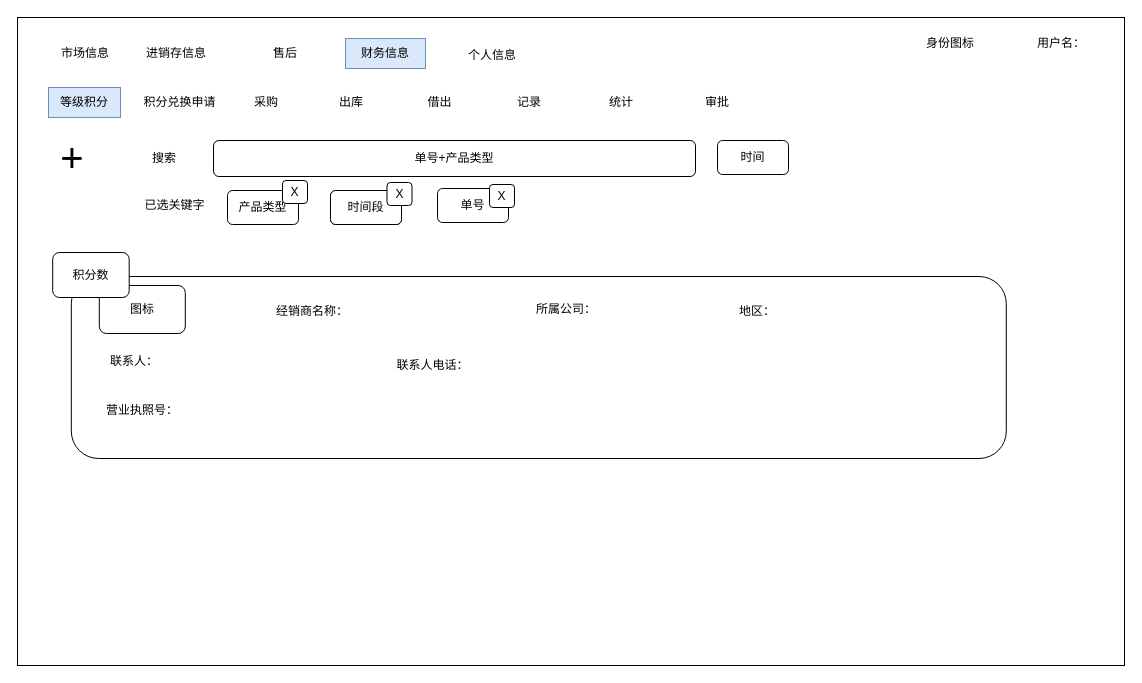
Above: page "等级积分" (1 of 4) of 泰加财务.drawio in cangwang/news (draw.io), before the change. Source tidied: cells renumbered, new cells numbered last; positions are measured from the earlier drawing's top-left corner, leaving out a move shared by most shapes. Both pictures are drawn from the tidied source at 100%, with x=0, y=0 at pixel (17, 17).
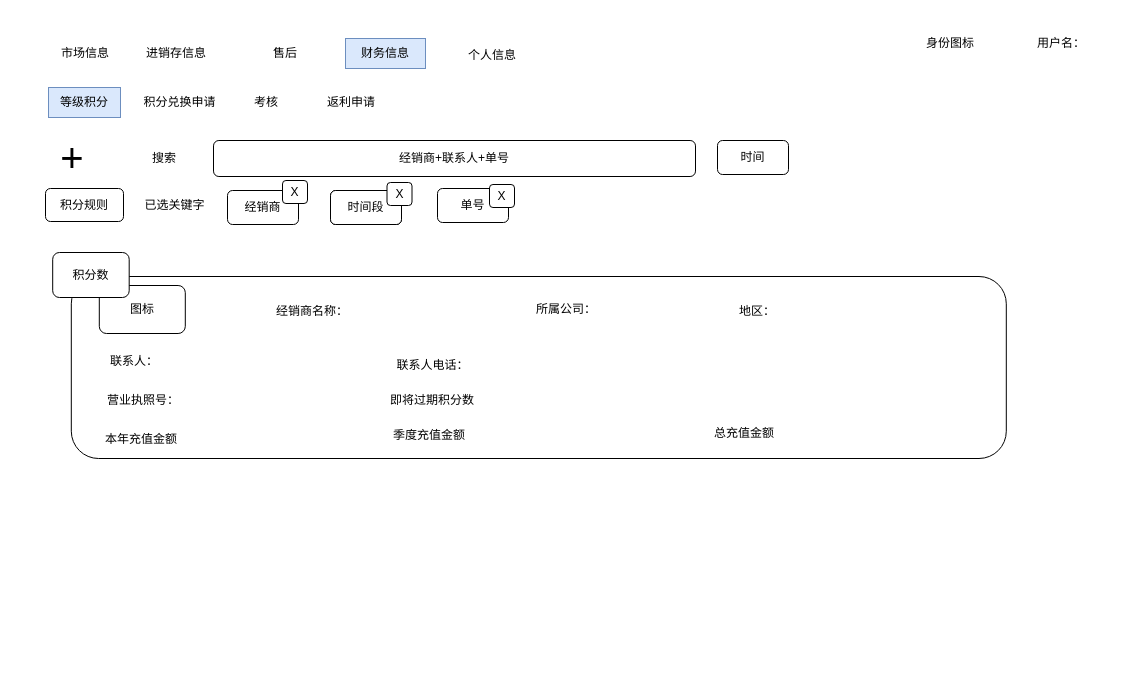
The same diagram, later.

The edit, as a diff of the source:
```diff
@@
-    <mxCell id="2" style="rounded=0;whiteSpace=wrap;html=1;" parent="1" vertex="1">
-      <mxGeometry width="1107" height="648" as="geometry" />
-    </mxCell>
@@
-    <mxCell id="5" value="采购" style="text;html=1;align=center;verticalAlign=middle;whiteSpace=wrap;rounded=0;" parent="1" vertex="1">
-      <mxGeometry x="213" y="70" width="72" height="30" as="geometry" />
-    </mxCell>
-    <mxCell id="6" value="出库" style="text;html=1;align=center;verticalAlign=middle;whiteSpace=wrap;rounded=0;" parent="1" vertex="1">
-      <mxGeometry x="297.5" y="70" width="72" height="30" as="geometry" />
-    </mxCell>
@@
-    <mxCell id="9" value="单号+产品类型" style="rounded=1;whiteSpace=wrap;html=1;fontSize=12;" parent="1" vertex="1">
+    <mxCell id="9" value="经销商+联系人+单号" style="rounded=1;whiteSpace=wrap;html=1;fontSize=12;" parent="1" vertex="1">
       <mxGeometry x="196" y="123" width="482" height="36" as="geometry" />
     </mxCell>
@@
-    <mxCell id="13" value="借出" style="text;html=1;strokeColor=none;fillColor=none;align=center;verticalAlign=middle;whiteSpace=wrap;rounded=0;" parent="1" vertex="1">
-      <mxGeometry x="389" y="70" width="67" height="30" as="geometry" />
-    </mxCell>
@@
-    <mxCell id="18" value="产品类型" style="rounded=1;whiteSpace=wrap;html=1;" parent="1" vertex="1">
+    <mxCell id="18" value="经销商" style="rounded=1;whiteSpace=wrap;html=1;" parent="1" vertex="1">
       <mxGeometry x="210" y="173" width="71" height="34" as="geometry" />
     </mxCell>
@@
-    <mxCell id="26" value="记录" style="text;html=1;align=center;verticalAlign=middle;whiteSpace=wrap;rounded=0;" parent="1" vertex="1">
-      <mxGeometry x="472" y="70" width="80" height="30" as="geometry" />
-    </mxCell>
-    <mxCell id="27" value="统计" style="text;html=1;strokeColor=none;fillColor=none;align=center;verticalAlign=middle;whiteSpace=wrap;rounded=0;" parent="1" vertex="1">
-      <mxGeometry x="564" y="70" width="80" height="30" as="geometry" />
-    </mxCell>
-    <mxCell id="28" value="审批" style="text;html=1;align=center;verticalAlign=middle;whiteSpace=wrap;rounded=0;" parent="1" vertex="1">
-      <mxGeometry x="660" y="70" width="80" height="30" as="geometry" />
-    </mxCell>
@@
     <mxCell id="36" value="营业执照号：" style="text;html=1;strokeColor=none;fillColor=none;align=center;verticalAlign=middle;whiteSpace=wrap;rounded=0;" parent="1" vertex="1">
-      <mxGeometry x="85.8" y="378" width="78" height="30" as="geometry" />
+      <mxGeometry x="86.8" y="368" width="78" height="30" as="geometry" />
     </mxCell>
@@
+    <mxCell id="39" value="即将过期积分数" style="text;html=1;strokeColor=none;fillColor=none;align=center;verticalAlign=middle;whiteSpace=wrap;rounded=0;" parent="1" vertex="1">
+      <mxGeometry x="352.2" y="368" width="126" height="30" as="geometry" />
+    </mxCell>
+    <mxCell id="40" value="考核" style="text;html=1;align=center;verticalAlign=middle;whiteSpace=wrap;rounded=0;" parent="1" vertex="1">
+      <mxGeometry x="213" y="70" width="72" height="30" as="geometry" />
+    </mxCell>
+    <mxCell id="41" value="返利申请" style="text;html=1;align=center;verticalAlign=middle;whiteSpace=wrap;rounded=0;" parent="1" vertex="1">
+      <mxGeometry x="297.5" y="70" width="72" height="30" as="geometry" />
+    </mxCell>
+    <mxCell id="42" value="季度充值金额" style="text;html=1;strokeColor=none;fillColor=none;align=center;verticalAlign=middle;whiteSpace=wrap;rounded=0;" parent="1" vertex="1">
+      <mxGeometry x="367.8" y="403" width="88" height="30" as="geometry" />
+    </mxCell>
+    <mxCell id="43" value="本年充值金额" style="text;html=1;strokeColor=none;fillColor=none;align=center;verticalAlign=middle;whiteSpace=wrap;rounded=0;" parent="1" vertex="1">
+      <mxGeometry x="79.8" y="407" width="88" height="30" as="geometry" />
+    </mxCell>
+    <mxCell id="44" value="总充值金额" style="text;html=1;strokeColor=none;fillColor=none;align=center;verticalAlign=middle;whiteSpace=wrap;rounded=0;" parent="1" vertex="1">
+      <mxGeometry x="683" y="401" width="88" height="30" as="geometry" />
+    </mxCell>
+    <mxCell id="45" value="积分规则" style="rounded=1;whiteSpace=wrap;html=1;" parent="1" vertex="1">
+      <mxGeometry x="28" y="171" width="78" height="33" as="geometry" />
+    </mxCell>
```
